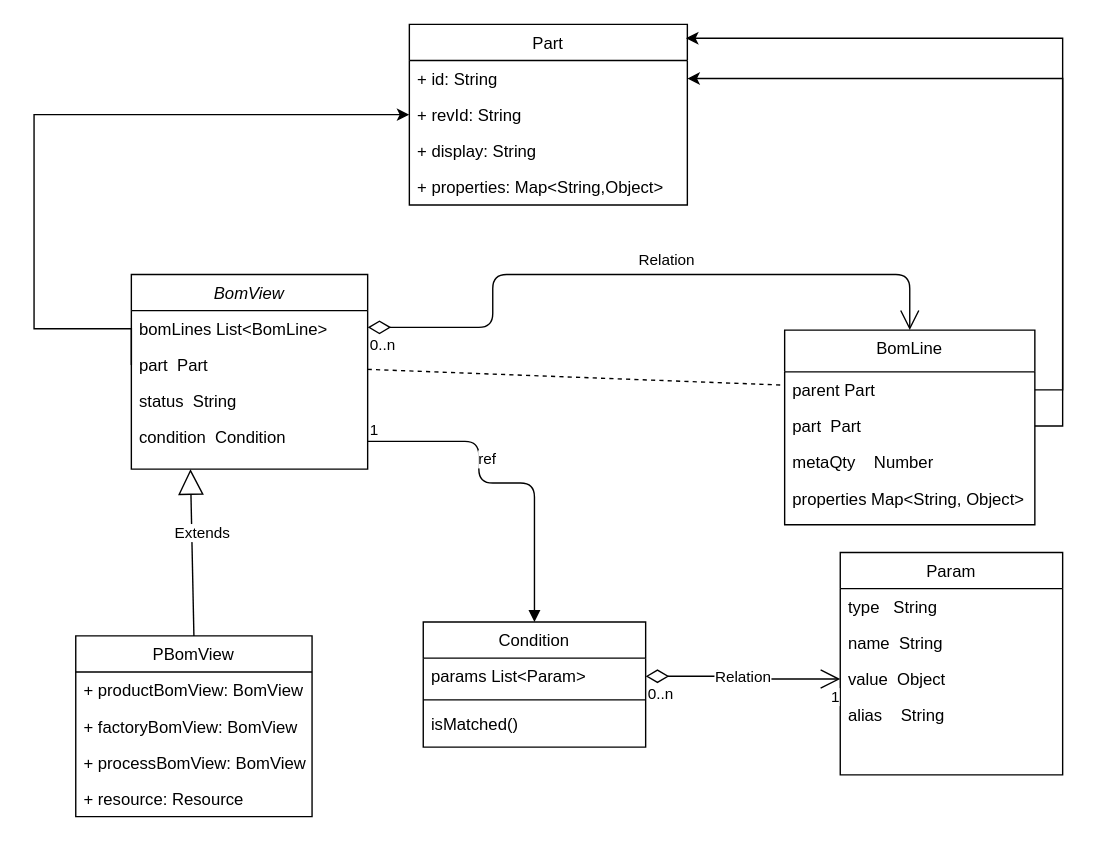
Above: XBOM.drawio in lvmq/emop (draw.io), before the change. Source tidied: cells renumbered, new cells numbered last; positions are measured from the earlier drawing's top-left corner, leaving out a move shared by most shapes. Both pictures are drawn from the tidied source at 139%, with x=0, y=0 at pixel (33, 24).
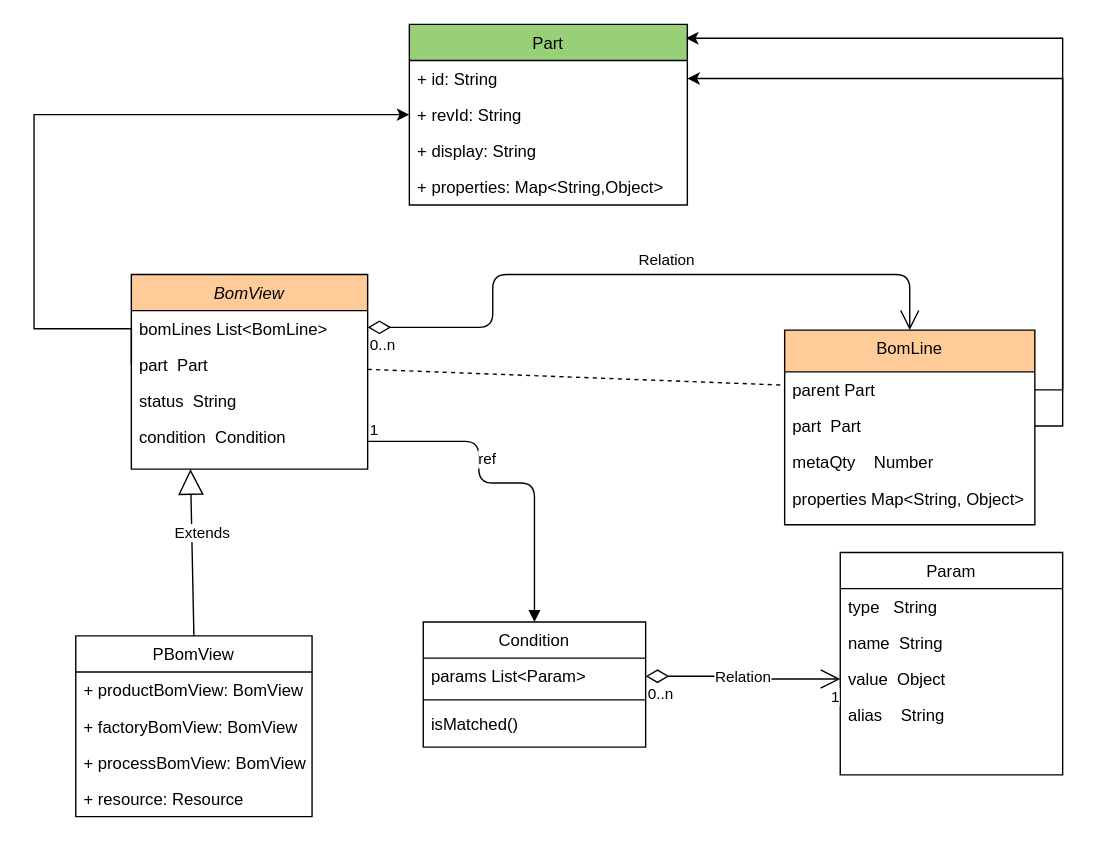
The same diagram, later.

Commit message:
add color to easy know entity

The edit, as a diff of the source:
```diff
@@
-    <mxCell id="2" value="Part" style="swimlane;fontStyle=0;horizontal=1;startSize=26;fillColor=none;" parent="1" vertex="1">
+    <mxCell id="2" value="Part" style="swimlane;fontStyle=0;horizontal=1;startSize=26;fillColor=#97D077;" parent="1" vertex="1">
       <mxGeometry x="270" width="200" height="130" as="geometry" />
     </mxCell>
@@
-    <mxCell id="7" value="BomView" style="swimlane;fontStyle=2;align=center;verticalAlign=top;horizontal=1;startSize=26;rounded=0;shadow=0;strokeWidth=1;" parent="1" vertex="1">
+    <mxCell id="7" value="BomView" style="swimlane;fontStyle=2;align=center;verticalAlign=top;horizontal=1;startSize=26;rounded=0;shadow=0;strokeWidth=1;fillColor=#FFCC99;" parent="1" vertex="1">
       <mxGeometry x="70" y="180" width="170" height="140" as="geometry" />
     </mxCell>
@@
-    <mxCell id="16" value="BomLine" style="swimlane;fontStyle=0;align=center;verticalAlign=top;horizontal=1;startSize=30;rounded=0;shadow=0;strokeWidth=1;" parent="1" vertex="1">
+    <mxCell id="16" value="BomLine" style="swimlane;fontStyle=0;align=center;verticalAlign=top;horizontal=1;startSize=30;rounded=0;shadow=0;strokeWidth=1;fillColor=#FFCC99;" parent="1" vertex="1">
       <mxGeometry x="540" y="220" width="180" height="140" as="geometry" />
     </mxCell>
```
